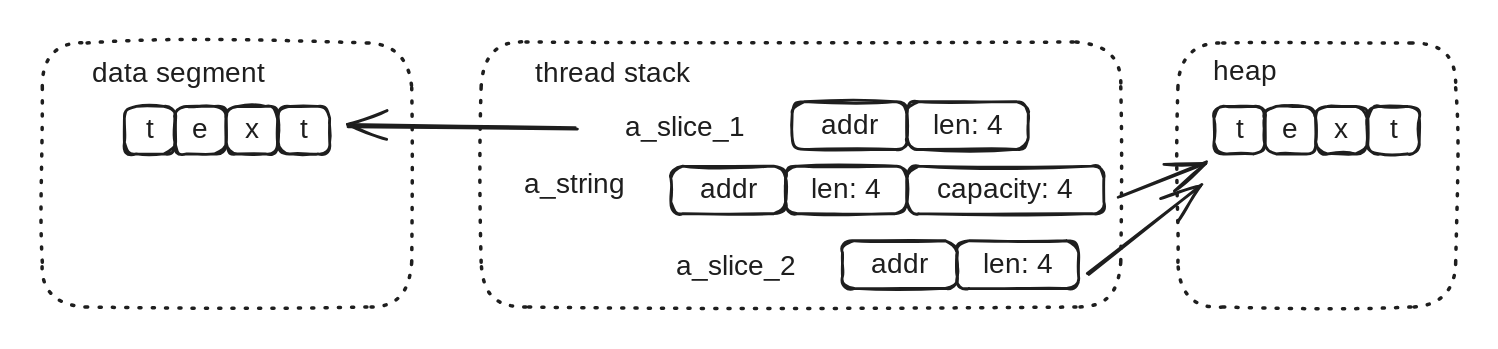
The Excalidraw diagram .gitbook/assets/file.excalidraw (10).svg in snorochevskiy/inroll-into-rust, before a commit. Source tidied: one line per element, renumbered; positions are measured from the earlier drawing's top-left corner, leaving out a move shared by most shapes.
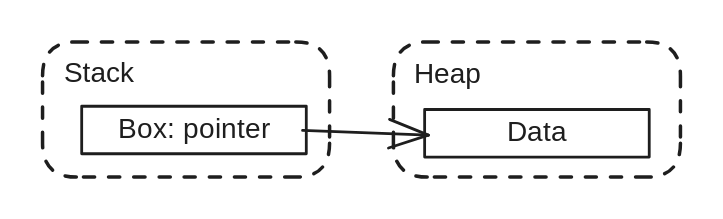
After the commit.

What changed in the source:
```diff
@@ -1,42 +1,9 @@
-{"id": 0, "type": "rectangle", "strokeColor": "#1e1e1e", "strokeWidth": 2, "strokeStyle": "dotted", "roughness": 1, "round": true, "x": 0, "y": 1, "width": 264, "height": 189}
-{"id": 1, "type": "text", "text": "data segment", "strokeColor": "#1e1e1e", "strokeWidth": 2, "roughness": 1, "fontSize": 20, "fontFamily": 1, "x": 36, "y": 11, "width": 136, "height": 25}
-{"id": 2, "type": "rectangle", "strokeColor": "#1e1e1e", "strokeWidth": 2, "strokeStyle": "dotted", "roughness": 1, "round": true, "x": 314, "y": 0, "width": 457, "height": 189}
-{"id": 3, "type": "text", "text": "thread stack", "strokeColor": "#1e1e1e", "strokeWidth": 2, "roughness": 1, "fontSize": 20, "fontFamily": 1, "x": 352, "y": 11, "width": 131, "height": 25}
-{"id": 4, "type": "rectangle", "strokeColor": "#1e1e1e", "strokeWidth": 2, "strokeStyle": "dotted", "roughness": 1, "round": true, "x": 811, "y": 1, "width": 198, "height": 189}
-{"id": 5, "type": "text", "text": "heap", "strokeColor": "#1e1e1e", "strokeWidth": 2, "roughness": 1, "fontSize": 20, "fontFamily": 1, "x": 836, "y": 9, "width": 44, "height": 25}
-{"id": 6, "type": "rectangle", "strokeColor": "#1e1e1e", "strokeWidth": 2, "roughness": 1, "round": true, "x": 837, "y": 46, "width": 37, "height": 34}
-{"id": 7, "type": "text", "text": "t", "strokeColor": "#1e1e1e", "strokeWidth": 2, "strokeStyle": "dotted", "roughness": 1, "fontSize": 20, "fontFamily": 3, "textAlign": "center", "verticalAlign": "middle", "inside": 6, "x": 849, "y": 51, "width": 12, "height": 24}
-{"id": 8, "type": "rectangle", "strokeColor": "#1e1e1e", "strokeWidth": 2, "roughness": 1, "round": true, "x": 873, "y": 46, "width": 37, "height": 34}
-{"id": 9, "type": "text", "text": "e", "strokeColor": "#1e1e1e", "strokeWidth": 2, "strokeStyle": "dotted", "roughness": 1, "fontSize": 20, "fontFamily": 3, "textAlign": "center", "verticalAlign": "middle", "inside": 8, "x": 885, "y": 51, "width": 12, "height": 24}
-{"id": 10, "type": "rectangle", "strokeColor": "#1e1e1e", "strokeWidth": 2, "roughness": 1, "round": true, "x": 910, "y": 46, "width": 37, "height": 34}
-{"id": 11, "type": "text", "text": "x", "strokeColor": "#1e1e1e", "strokeWidth": 2, "strokeStyle": "dotted", "roughness": 1, "fontSize": 20, "fontFamily": 3, "textAlign": "center", "verticalAlign": "middle", "inside": 10, "x": 922, "y": 51, "width": 12, "height": 24}
-{"id": 12, "type": "rectangle", "strokeColor": "#1e1e1e", "strokeWidth": 2, "roughness": 1, "round": true, "x": 947, "y": 46, "width": 37, "height": 34}
-{"id": 13, "type": "text", "text": "t", "strokeColor": "#1e1e1e", "strokeWidth": 2, "strokeStyle": "dotted", "roughness": 1, "fontSize": 20, "fontFamily": 3, "textAlign": "center", "verticalAlign": "middle", "inside": 12, "x": 959, "y": 51, "width": 12, "height": 24}
-{"id": 14, "type": "rectangle", "strokeColor": "#1e1e1e", "strokeWidth": 2, "roughness": 1, "round": true, "x": 59, "y": 46, "width": 37, "height": 34}
-{"id": 15, "type": "text", "text": "t", "strokeColor": "#1e1e1e", "strokeWidth": 2, "strokeStyle": "dotted", "roughness": 1, "fontSize": 20, "fontFamily": 3, "textAlign": "center", "verticalAlign": "middle", "inside": 14, "x": 71, "y": 51, "width": 12, "height": 24}
-{"id": 16, "type": "rectangle", "strokeColor": "#1e1e1e", "strokeWidth": 2, "roughness": 1, "round": true, "x": 95, "y": 46, "width": 37, "height": 34}
-{"id": 17, "type": "text", "text": "e", "strokeColor": "#1e1e1e", "strokeWidth": 2, "strokeStyle": "dotted", "roughness": 1, "fontSize": 20, "fontFamily": 3, "textAlign": "center", "verticalAlign": "middle", "inside": 16, "x": 107, "y": 51, "width": 12, "height": 24}
-{"id": 18, "type": "rectangle", "strokeColor": "#1e1e1e", "strokeWidth": 2, "roughness": 1, "round": true, "x": 131, "y": 46, "width": 37, "height": 34}
-{"id": 19, "type": "text", "text": "x", "strokeColor": "#1e1e1e", "strokeWidth": 2, "strokeStyle": "dotted", "roughness": 1, "fontSize": 20, "fontFamily": 3, "textAlign": "center", "verticalAlign": "middle", "inside": 18, "x": 144, "y": 51, "width": 12, "height": 24}
-{"id": 20, "type": "rectangle", "strokeColor": "#1e1e1e", "strokeWidth": 2, "roughness": 1, "round": true, "x": 169, "y": 46, "width": 37, "height": 34}
-{"id": 21, "type": "text", "text": "t", "strokeColor": "#1e1e1e", "strokeWidth": 2, "strokeStyle": "dotted", "roughness": 1, "fontSize": 20, "fontFamily": 3, "textAlign": "center", "verticalAlign": "middle", "inside": 20, "x": 181, "y": 51, "width": 12, "height": 24}
-{"id": 22, "type": "rectangle", "strokeColor": "#1e1e1e", "strokeWidth": 2, "roughness": 1, "round": true, "x": 536, "y": 43, "width": 82, "height": 34}
-{"id": 23, "type": "text", "text": "addr", "strokeColor": "#1e1e1e", "strokeWidth": 2, "roughness": 1, "fontSize": 20, "fontFamily": 3, "textAlign": "center", "verticalAlign": "middle", "inside": 22, "x": 553, "y": 48, "width": 47, "height": 24}
-{"id": 24, "type": "rectangle", "strokeColor": "#1e1e1e", "strokeWidth": 2, "roughness": 1, "round": true, "x": 618, "y": 43, "width": 87, "height": 34}
-{"id": 25, "type": "text", "text": "len: 4", "strokeColor": "#1e1e1e", "strokeWidth": 2, "roughness": 1, "fontSize": 20, "fontFamily": 3, "textAlign": "center", "verticalAlign": "middle", "inside": 24, "x": 626, "y": 48, "width": 71, "height": 24}
-{"id": 26, "type": "rectangle", "strokeColor": "#1e1e1e", "strokeWidth": 2, "roughness": 1, "round": true, "x": 449, "y": 89, "width": 82, "height": 34}
-{"id": 27, "type": "text", "text": "addr", "strokeColor": "#1e1e1e", "strokeWidth": 2, "roughness": 1, "fontSize": 20, "fontFamily": 3, "textAlign": "center", "verticalAlign": "middle", "inside": 26, "x": 466, "y": 94, "width": 47, "height": 24}
-{"id": 28, "type": "rectangle", "strokeColor": "#1e1e1e", "strokeWidth": 2, "roughness": 1, "round": true, "x": 531, "y": 89, "width": 87, "height": 34}
-{"id": 29, "type": "text", "text": "len: 4", "strokeColor": "#1e1e1e", "strokeWidth": 2, "roughness": 1, "fontSize": 20, "fontFamily": 3, "textAlign": "center", "verticalAlign": "middle", "inside": 28, "x": 539, "y": 94, "width": 71, "height": 24}
-{"id": 30, "type": "rectangle", "strokeColor": "#1e1e1e", "strokeWidth": 2, "roughness": 1, "round": true, "x": 618, "y": 89, "width": 141, "height": 34}
-{"id": 31, "type": "text", "text": "capacity: 4", "strokeColor": "#1e1e1e", "strokeWidth": 2, "roughness": 1, "fontSize": 20, "fontFamily": 3, "textAlign": "center", "verticalAlign": "middle", "inside": 30, "x": 623, "y": 94, "width": 130, "height": 24}
-{"id": 32, "type": "text", "text": "a_slice_1", "strokeColor": "#1e1e1e", "strokeWidth": 2, "roughness": 1, "fontSize": 20, "fontFamily": 3, "x": 416, "y": 49, "width": 106, "height": 24}
-{"id": 33, "type": "text", "text": "a_string", "strokeColor": "#1e1e1e", "strokeWidth": 2, "roughness": 1, "fontSize": 20, "fontFamily": 3, "x": 344, "y": 90, "width": 94, "height": 24}
-{"id": 34, "type": "arrow", "strokeColor": "#1e1e1e", "strokeWidth": 2, "roughness": 1, "endArrowhead": "arrow", "round": true, "to": 20, "x": 382, "y": 62, "width": 165, "height": 2, "points": [[0, 0], [-165, -2]]}
-{"id": 35, "type": "arrow", "strokeColor": "#1e1e1e", "strokeWidth": 2, "roughness": 1, "endArrowhead": "arrow", "round": true, "from": 30, "to": 6, "x": 769, "y": 110, "width": 62, "height": 24, "points": [[0, 0], [62, -24]]}
-{"id": 36, "type": "rectangle", "strokeColor": "#1e1e1e", "strokeWidth": 2, "roughness": 1, "round": true, "x": 572, "y": 142, "width": 82, "height": 34}
-{"id": 37, "type": "text", "text": "addr", "strokeColor": "#1e1e1e", "strokeWidth": 2, "roughness": 1, "fontSize": 20, "fontFamily": 3, "textAlign": "center", "verticalAlign": "middle", "inside": 36, "x": 589, "y": 147, "width": 47, "height": 24}
-{"id": 38, "type": "rectangle", "strokeColor": "#1e1e1e", "strokeWidth": 2, "roughness": 1, "round": true, "x": 654, "y": 142, "width": 87, "height": 34}
-{"id": 39, "type": "text", "text": "len: 4", "strokeColor": "#1e1e1e", "strokeWidth": 2, "roughness": 1, "fontSize": 20, "fontFamily": 3, "textAlign": "center", "verticalAlign": "middle", "inside": 38, "x": 662, "y": 147, "width": 71, "height": 24}
-{"id": 40, "type": "text", "text": "a_slice_2", "strokeColor": "#1e1e1e", "strokeWidth": 2, "roughness": 1, "fontSize": 20, "fontFamily": 3, "x": 452, "y": 148, "width": 106, "height": 24}
-{"id": 41, "type": "arrow", "strokeColor": "#1e1e1e", "strokeWidth": 2, "roughness": 1, "endArrowhead": "arrow", "round": true, "from": 38, "x": 747, "y": 165, "width": 81, "height": 63, "points": [[0, 0], [81, -63]]}
+{"id": 42, "type": "rectangle", "strokeColor": "#1e1e1e", "strokeWidth": 2, "strokeStyle": "dashed", "roughness": 0, "round": true, "x": 181, "y": 30, "width": 205, "height": 97}
+{"id": 43, "type": "text", "text": "Stack", "strokeColor": "#1e1e1e", "strokeWidth": 2, "roughness": 0, "fontSize": 20, "fontFamily": 2, "x": 196, "y": 41, "width": 50, "height": 23}
+{"id": 44, "type": "rectangle", "strokeColor": "#1e1e1e", "strokeWidth": 2, "strokeStyle": "dashed", "roughness": 0, "round": true, "x": 432, "y": 30, "width": 205, "height": 97}
+{"id": 45, "type": "text", "text": "Heap", "strokeColor": "#1e1e1e", "strokeWidth": 2, "roughness": 0, "fontSize": 20, "fontFamily": 2, "x": 447, "y": 41, "width": 48, "height": 23}
+{"id": 46, "type": "rectangle", "strokeColor": "#1e1e1e", "strokeWidth": 2, "roughness": 0, "x": 209, "y": 76, "width": 161, "height": 34}
+{"id": 47, "type": "text", "text": "Box: pointer", "strokeColor": "#1e1e1e", "strokeWidth": 2, "roughness": 1, "fontSize": 20, "fontFamily": 3, "textAlign": "center", "verticalAlign": "middle", "inside": 46, "x": 219, "y": 81, "width": 141, "height": 24}
+{"id": 48, "type": "rectangle", "strokeColor": "#1e1e1e", "strokeWidth": 2, "roughness": 0, "x": 454, "y": 78, "width": 161, "height": 34}
+{"id": 49, "type": "text", "text": "Data", "strokeColor": "#1e1e1e", "strokeWidth": 2, "roughness": 1, "fontSize": 20, "fontFamily": 3, "textAlign": "center", "verticalAlign": "middle", "inside": 48, "x": 511, "y": 83, "width": 47, "height": 24}
+{"id": 50, "type": "arrow", "strokeColor": "#1e1e1e", "strokeWidth": 2, "roughness": 0, "endArrowhead": "arrow", "x": 367, "y": 93, "width": 90, "height": 3, "points": [[0, 0], [90, 3]]}
```
